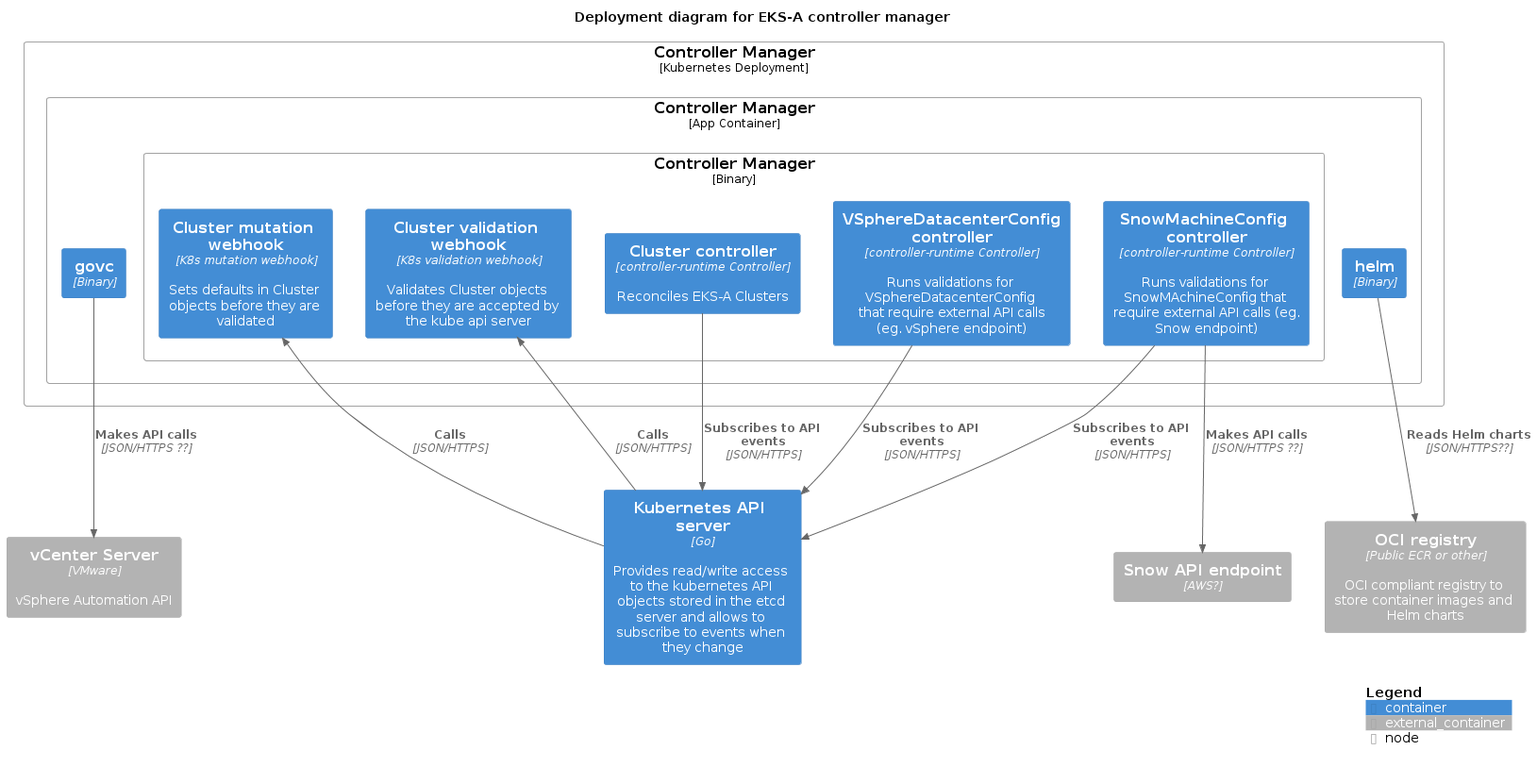
This is designs/images/controller-manager-deployment.png from aws/eks-anywhere, a PlantUML export, as it was before one commit. Its diagram source:
```plantuml
@startuml controller-manager-deployment
!include https://raw.githubusercontent.com/plantuml-stdlib/C4-PlantUML/master/C4_Deployment.puml

title Deployment diagram for EKS-A controller manager

Container(kubeApiServer, "Kubernetes API server", "Go", "Provides read/write access to the kubernetes API objects stored in the etcd server and allows to subscribe to events when they change")

Deployment_Node(controllerManagerDeployment, "Controller Manager", "Kubernetes Deployment"){
    Deployment_Node(controllerManagerContainer, "Controller Manager", "App Container"){
        Deployment_Node(controllerManager, "Controller Manager", "Binary"){
            Container(clusterController, "Cluster controller", "controller-runtime Controller", "Reconciles EKS-A Clusters")
            Container(vsphereDatacenterController, "VSphereDatacenterConfig controller", "controller-runtime Controller", "Runs validations for VSphereDatacenterConfig that require external API calls (eg. vSphere endpoint)")
            Container(snowMachineConfigController, "SnowMachineConfig controller", "controller-runtime Controller", "Runs validations for SnowMAchineConfig that require external API calls (eg. Snow endpoint)")

            Container(clusterMutation, "Cluster mutation webhook", "K8s mutation webhook", "Sets defaults in Cluster objects before they are validated")
            Container(clusterValidation, "Cluster validation webhook", "K8s validation webhook", "Validates Cluster objects before they are accepted by the kube api server")
        }

        Container(govc, "govc", "Binary")
        Container(helm, "helm", "Binary")
    }
}

Container_Ext(vCenter, "vCenter Server", "VMware", "vSphere Automation API")
Rel(govc, vCenter, "Makes API calls", "JSON/HTTPS ??")

Container_Ext(ociRegistry, "OCI registry", "Public ECR or other", "OCI compliant registry to store container images and Helm charts")
Rel(helm, ociRegistry, "Reads Helm charts", "JSON/HTTPS??")

Container_Ext(snowAPI, "Snow API endpoint", "AWS?")
Rel(snowMachineConfigController, snowAPI, "Makes API calls", "JSON/HTTPS ??")

Rel(clusterController, kubeApiServer, "Subscribes to API events", "JSON/HTTPS")
Rel(vsphereDatacenterController, kubeApiServer, "Subscribes to API events", "JSON/HTTPS")
Rel(snowMachineConfigController, kubeApiServer, "Subscribes to API events", "JSON/HTTPS")

Rel(kubeApiServer, clusterMutation, "Calls", "JSON/HTTPS")
Rel(kubeApiServer, clusterValidation, "Calls", "JSON/HTTPS")

SHOW_LEGEND()
@enduml
```
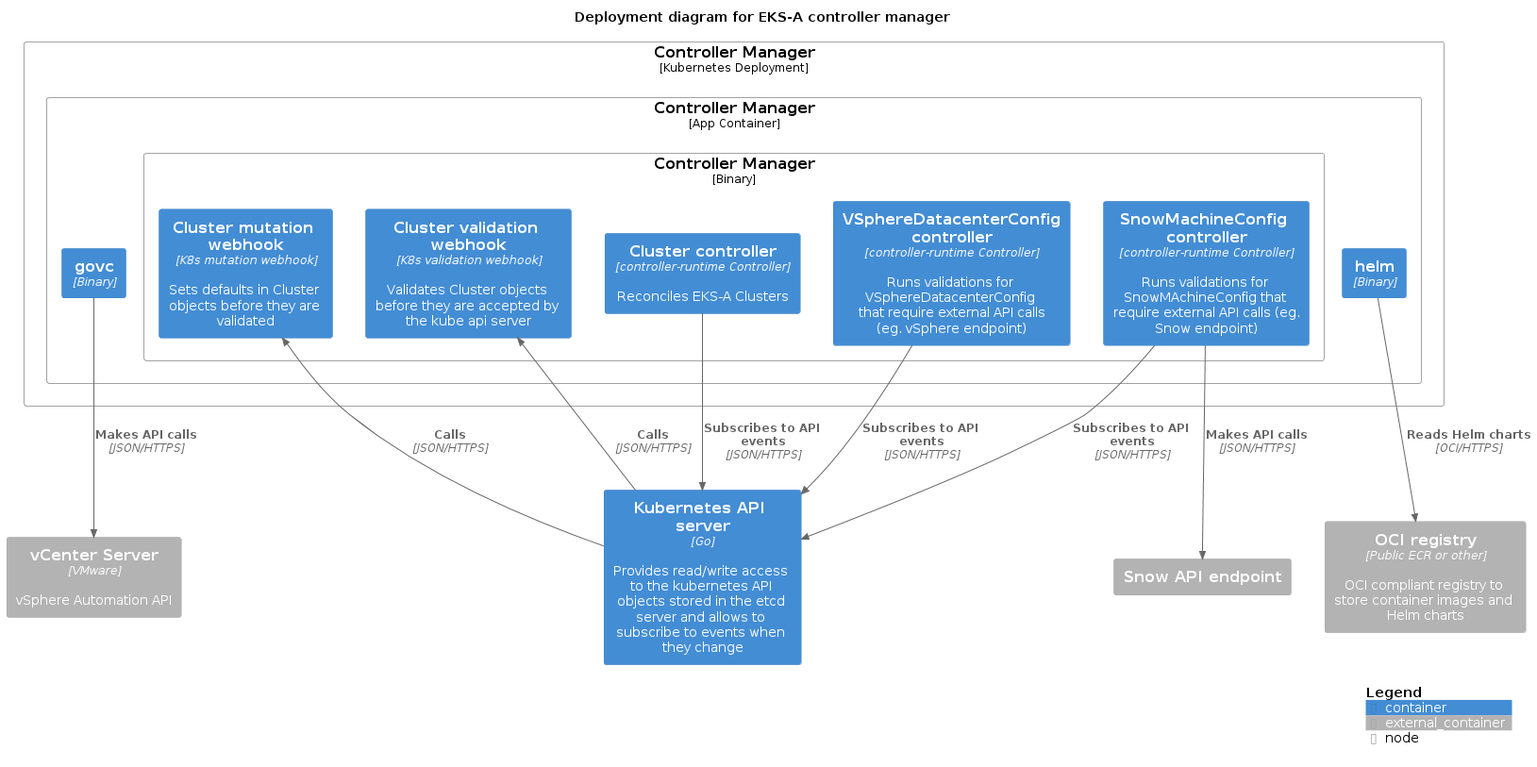
The same diagram one commit later.

The edit, as a diff of the source:
```diff
@@ -22,13 +22,13 @@
 }
 
 Container_Ext(vCenter, "vCenter Server", "VMware", "vSphere Automation API")
-Rel(govc, vCenter, "Makes API calls", "JSON/HTTPS ??")
+Rel(govc, vCenter, "Makes API calls", "JSON/HTTPS")
 
 Container_Ext(ociRegistry, "OCI registry", "Public ECR or other", "OCI compliant registry to store container images and Helm charts")
-Rel(helm, ociRegistry, "Reads Helm charts", "JSON/HTTPS??")
+Rel(helm, ociRegistry, "Reads Helm charts", "OCI/HTTPS")
 
-Container_Ext(snowAPI, "Snow API endpoint", "AWS?")
-Rel(snowMachineConfigController, snowAPI, "Makes API calls", "JSON/HTTPS ??")
+Container_Ext(snowAPI, "Snow API endpoint")
+Rel(snowMachineConfigController, snowAPI, "Makes API calls", "JSON/HTTPS")
 
 Rel(clusterController, kubeApiServer, "Subscribes to API events", "JSON/HTTPS")
 Rel(vsphereDatacenterController, kubeApiServer, "Subscribes to API events", "JSON/HTTPS")
```
